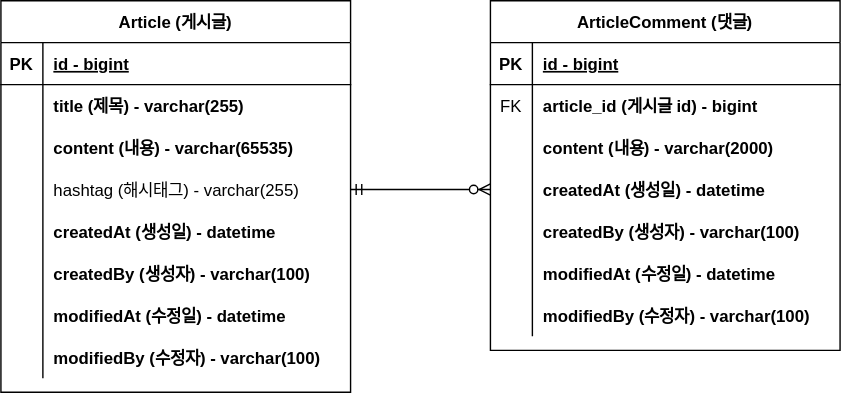
The draw.io diagram document/project-board-erd.svg in Jung98/fast-project-board, before a commit. Source tidied: cells renumbered, new cells last; positions are measured from the earlier drawing's top-left corner, leaving out a move shared by most shapes.
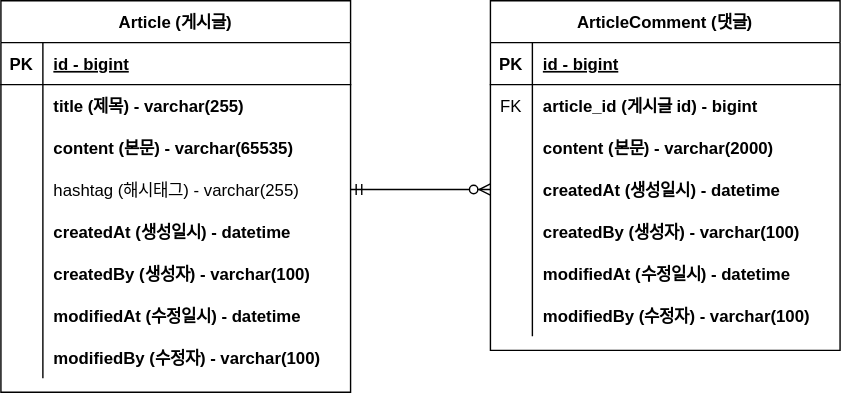
After the change.

Commit message:
#8 - ERD 주석 업데이트: project-board-erd.svg

Diff of the diagram source:
```diff
@@ -29,7 +29,7 @@
     <mxCell id="10" style="shape=partialRectangle;overflow=hidden;fillColor=none;top=0;left=0;bottom=0;right=0;" parent="9" vertex="1">
       <mxGeometry width="30" height="30" as="geometry" />
     </mxCell>
-    <mxCell id="11" value="content (내용) - varchar(65535)" style="shape=partialRectangle;overflow=hidden;fillColor=none;top=0;left=0;bottom=0;right=0;align=left;spacingLeft=6;fontStyle=1;" parent="9" vertex="1">
+    <mxCell id="11" value="content (본문) - varchar(65535)" style="shape=partialRectangle;overflow=hidden;fillColor=none;top=0;left=0;bottom=0;right=0;align=left;spacingLeft=6;fontStyle=1;" parent="9" vertex="1">
       <mxGeometry x="30" width="220" height="30" as="geometry" />
     </mxCell>
     <mxCell id="12" style="shape=partialRectangle;fillColor=none;points=[[0,0.5],[1,0.5]];portConstraint=eastwest;top=0;left=0;right=0;bottom=0;" parent="2" vertex="1">
@@ -47,7 +47,7 @@
     <mxCell id="16" style="shape=partialRectangle;overflow=hidden;fillColor=none;top=0;left=0;bottom=0;right=0;" parent="15" vertex="1">
       <mxGeometry width="30" height="30" as="geometry" />
     </mxCell>
-    <mxCell id="17" value="createdAt (생성일) - datetime" style="shape=partialRectangle;overflow=hidden;fillColor=none;top=0;left=0;bottom=0;right=0;align=left;spacingLeft=6;fontStyle=1;" parent="15" vertex="1">
+    <mxCell id="17" value="createdAt (생성일시) - datetime" style="shape=partialRectangle;overflow=hidden;fillColor=none;top=0;left=0;bottom=0;right=0;align=left;spacingLeft=6;fontStyle=1;" parent="15" vertex="1">
       <mxGeometry x="30" width="220" height="30" as="geometry" />
     </mxCell>
     <mxCell id="18" style="shape=partialRectangle;fillColor=none;top=0;left=0;right=0;bottom=0;" parent="2" vertex="1">
@@ -65,7 +65,7 @@
     <mxCell id="22" style="shape=partialRectangle;overflow=hidden;fillColor=none;top=0;left=0;bottom=0;right=0;" parent="21" vertex="1">
       <mxGeometry width="30" height="30" as="geometry" />
     </mxCell>
-    <mxCell id="23" value="modifiedAt (수정일) - datetime" style="shape=partialRectangle;overflow=hidden;fillColor=none;top=0;left=0;bottom=0;right=0;align=left;spacingLeft=6;fontStyle=1;" parent="21" vertex="1">
+    <mxCell id="23" value="modifiedAt (수정일시) - datetime" style="shape=partialRectangle;overflow=hidden;fillColor=none;top=0;left=0;bottom=0;right=0;align=left;spacingLeft=6;fontStyle=1;" parent="21" vertex="1">
       <mxGeometry x="30" width="220" height="30" as="geometry" />
     </mxCell>
     <mxCell id="24" style="shape=partialRectangle;fillColor=none;top=0;left=0;right=0;bottom=0;" parent="2" vertex="1">
@@ -104,7 +104,7 @@
     <mxCell id="35" style="shape=partialRectangle;overflow=hidden;fillColor=none;top=0;left=0;bottom=0;right=0;" parent="34" vertex="1">
       <mxGeometry width="30" height="30" as="geometry" />
     </mxCell>
-    <mxCell id="36" value="content (내용) - varchar(2000)" style="shape=partialRectangle;overflow=hidden;fillColor=none;top=0;left=0;bottom=0;right=0;align=left;spacingLeft=6;fontStyle=1;" parent="34" vertex="1">
+    <mxCell id="36" value="content (본문) - varchar(2000)" style="shape=partialRectangle;overflow=hidden;fillColor=none;top=0;left=0;bottom=0;right=0;align=left;spacingLeft=6;fontStyle=1;" parent="34" vertex="1">
       <mxGeometry x="30" width="220" height="30" as="geometry" />
     </mxCell>
     <mxCell id="37" style="shape=partialRectangle;fillColor=none;points=[[0,0.5],[1,0.5]];portConstraint=eastwest;top=0;left=0;right=0;bottom=0;" parent="27" vertex="1">
@@ -113,7 +113,7 @@
     <mxCell id="38" style="shape=partialRectangle;overflow=hidden;fillColor=none;top=0;left=0;bottom=0;right=0;" parent="37" vertex="1">
       <mxGeometry width="30" height="30" as="geometry" />
     </mxCell>
-    <mxCell id="39" value="createdAt (생성일) - datetime" style="shape=partialRectangle;overflow=hidden;fillColor=none;top=0;left=0;bottom=0;right=0;align=left;spacingLeft=6;fontStyle=1;" parent="37" vertex="1">
+    <mxCell id="39" value="createdAt (생성일시) - datetime" style="shape=partialRectangle;overflow=hidden;fillColor=none;top=0;left=0;bottom=0;right=0;align=left;spacingLeft=6;fontStyle=1;" parent="37" vertex="1">
       <mxGeometry x="30" width="220" height="30" as="geometry" />
     </mxCell>
     <mxCell id="40" style="shape=partialRectangle;fillColor=none;top=0;left=0;right=0;bottom=0;" parent="27" vertex="1">
@@ -131,7 +131,7 @@
     <mxCell id="44" style="shape=partialRectangle;overflow=hidden;fillColor=none;top=0;left=0;bottom=0;right=0;" parent="43" vertex="1">
       <mxGeometry width="30" height="30" as="geometry" />
     </mxCell>
-    <mxCell id="45" value="modifiedAt (수정일) - datetime" style="shape=partialRectangle;overflow=hidden;fillColor=none;top=0;left=0;bottom=0;right=0;align=left;spacingLeft=6;fontStyle=1;" parent="43" vertex="1">
+    <mxCell id="45" value="modifiedAt (수정일시) - datetime" style="shape=partialRectangle;overflow=hidden;fillColor=none;top=0;left=0;bottom=0;right=0;align=left;spacingLeft=6;fontStyle=1;" parent="43" vertex="1">
       <mxGeometry x="30" width="220" height="30" as="geometry" />
     </mxCell>
     <mxCell id="46" style="shape=partialRectangle;fillColor=none;top=0;left=0;right=0;bottom=0;" parent="27" vertex="1">
```
